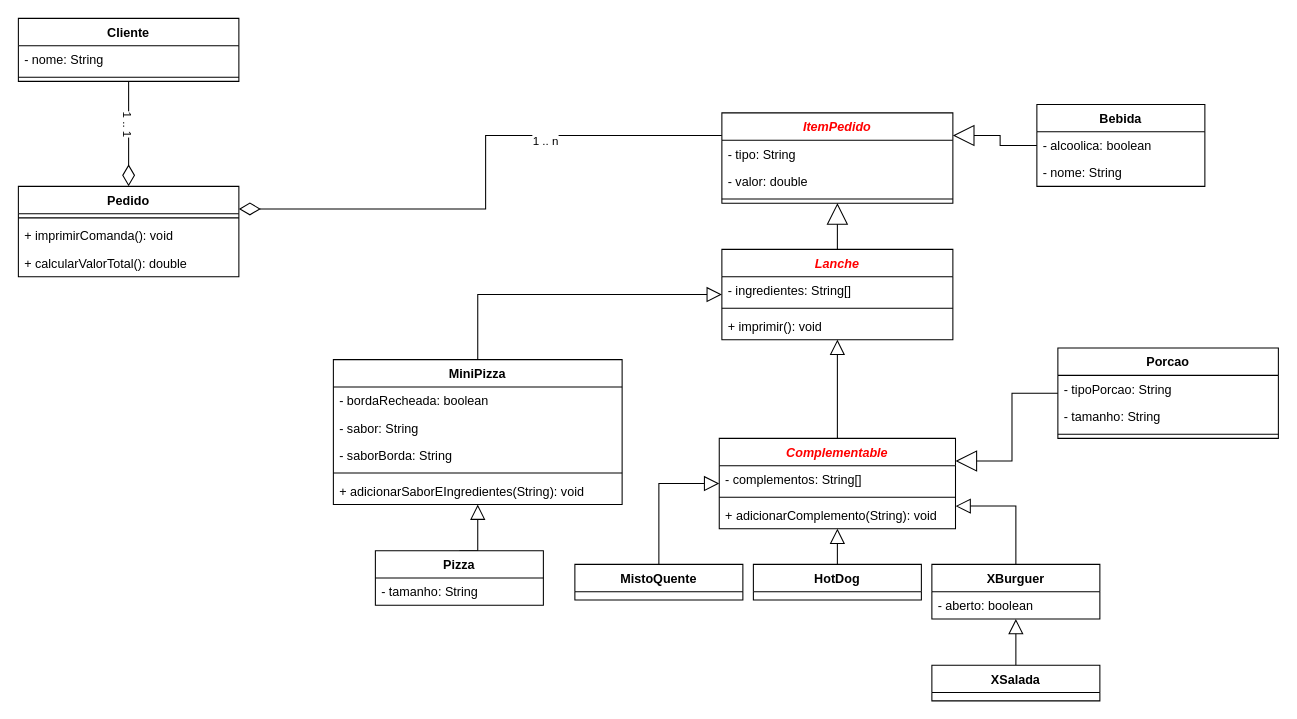
Earlier version of the draw.io diagram page "Lanches" (1 of 7) of diagramas.drawio (hannaBanannaOF/entra21-git-inicio). Source tidied: cells renumbered, new cells numbered last; positions are measured from the earlier drawing's top-left corner, leaving out a move shared by most shapes. Both pictures are drawn from the tidied source at 105%, with x=0, y=0 at pixel (18, 18).
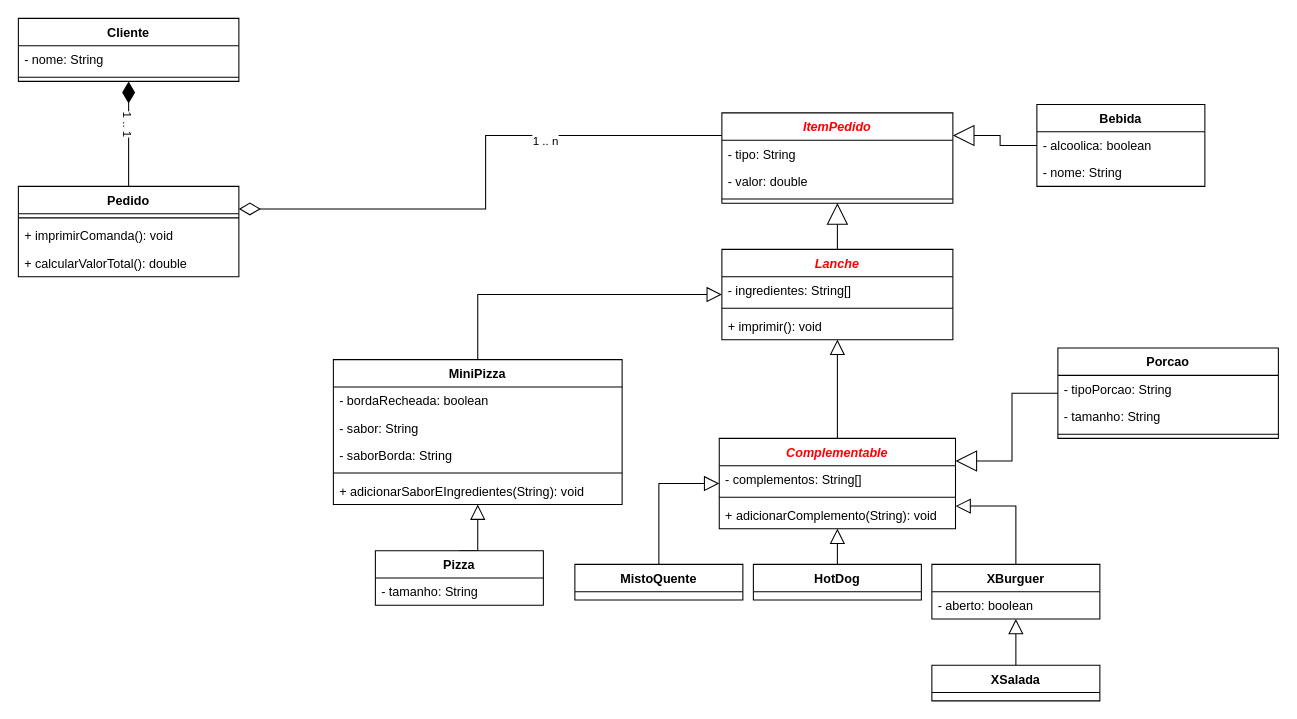
The same page after the edit.

The change refers to these unchanged cells:
```xml
<mxCell id="19" value="Pedido" style="swimlane;fontStyle=1;align=center;verticalAlign=top;horizontal=1;startSize=26;" parent="1" vertex="1">
  <mxGeometry y="160" width="210" height="86" as="geometry" />
</mxCell>
<mxCell id="23" value="Cliente" style="swimlane;fontStyle=1;align=center;verticalAlign=top;horizontal=1;startSize=26;" parent="1" vertex="1">
  <mxGeometry width="210" height="60" as="geometry" />
</mxCell>
```

The edit, as a diff of the source:
```diff
@@
-    <mxCell id="15" style="edgeStyle=orthogonalEdgeStyle;rounded=0;jettySize=auto;html=1;exitX=0.5;exitY=0;exitDx=0;exitDy=0;entryX=0.5;entryY=1;entryDx=0;entryDy=0;endArrow=none;endFill=0;endSize=18;startArrow=diamondThin;startFill=0;startSize=18;" parent="1" edge="1" source="19" target="23">
+    <mxCell id="15" style="edgeStyle=orthogonalEdgeStyle;rounded=0;jettySize=auto;html=1;exitX=0.5;exitY=0;exitDx=0;exitDy=0;entryX=0.5;entryY=1;entryDx=0;entryDy=0;endArrow=diamondThin;endFill=1;endSize=18;startArrow=none;startFill=0;startSize=18;" parent="1" edge="1" source="19" target="23">
       <mxGeometry relative="1" as="geometry" />
     </mxCell>
```
